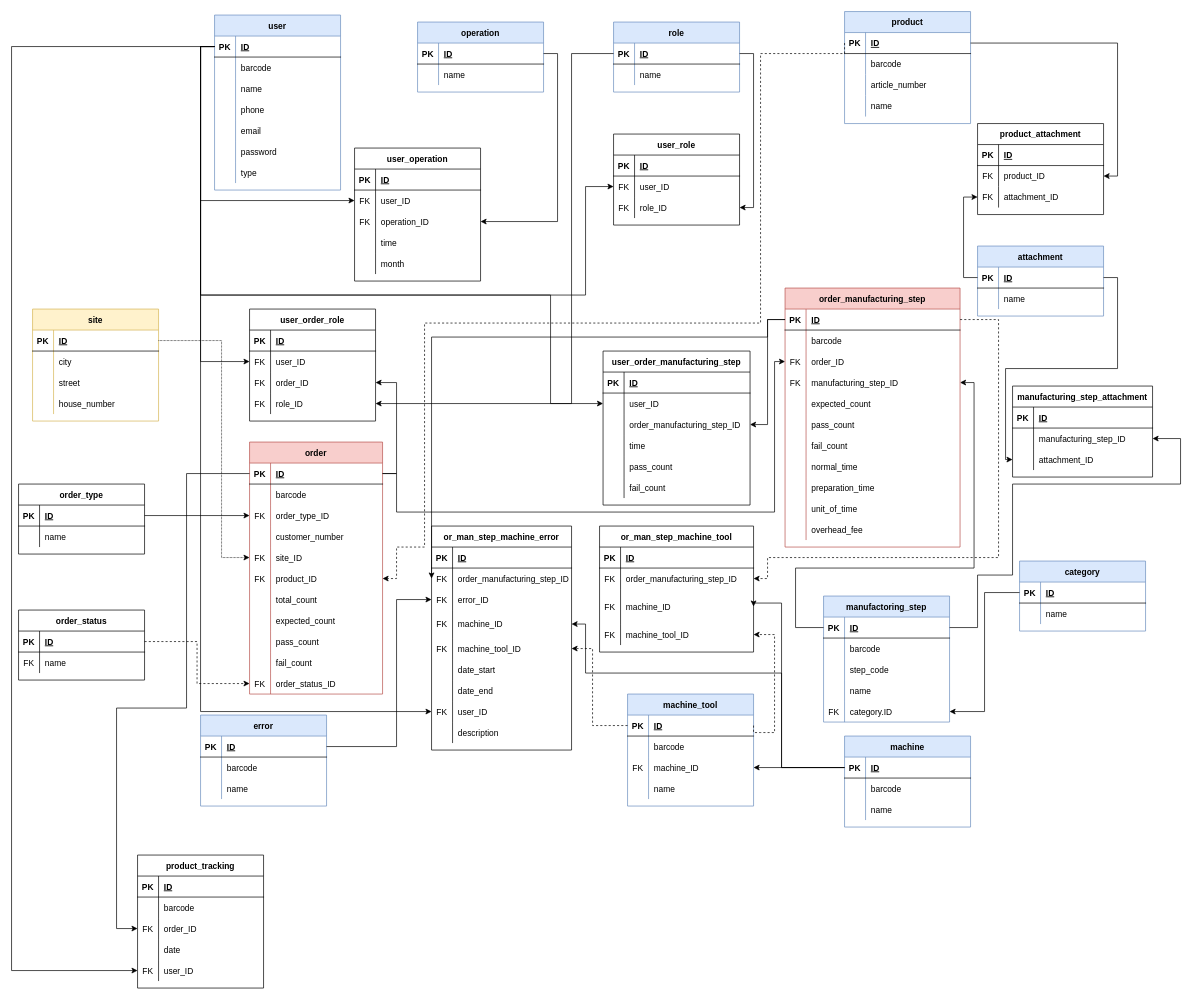
This is DOC/diagrams/database_plan_2_0_0.drawio from KerteszZoltan/mesterminal, a draw.io file, before an edit. Source tidied: cells renumbered, new cells numbered last; positions are measured from the earlier drawing's top-left corner, leaving out a move shared by most shapes. Both pictures are drawn from the tidied source at 70%, with x=0, y=0 at pixel (11, 11).
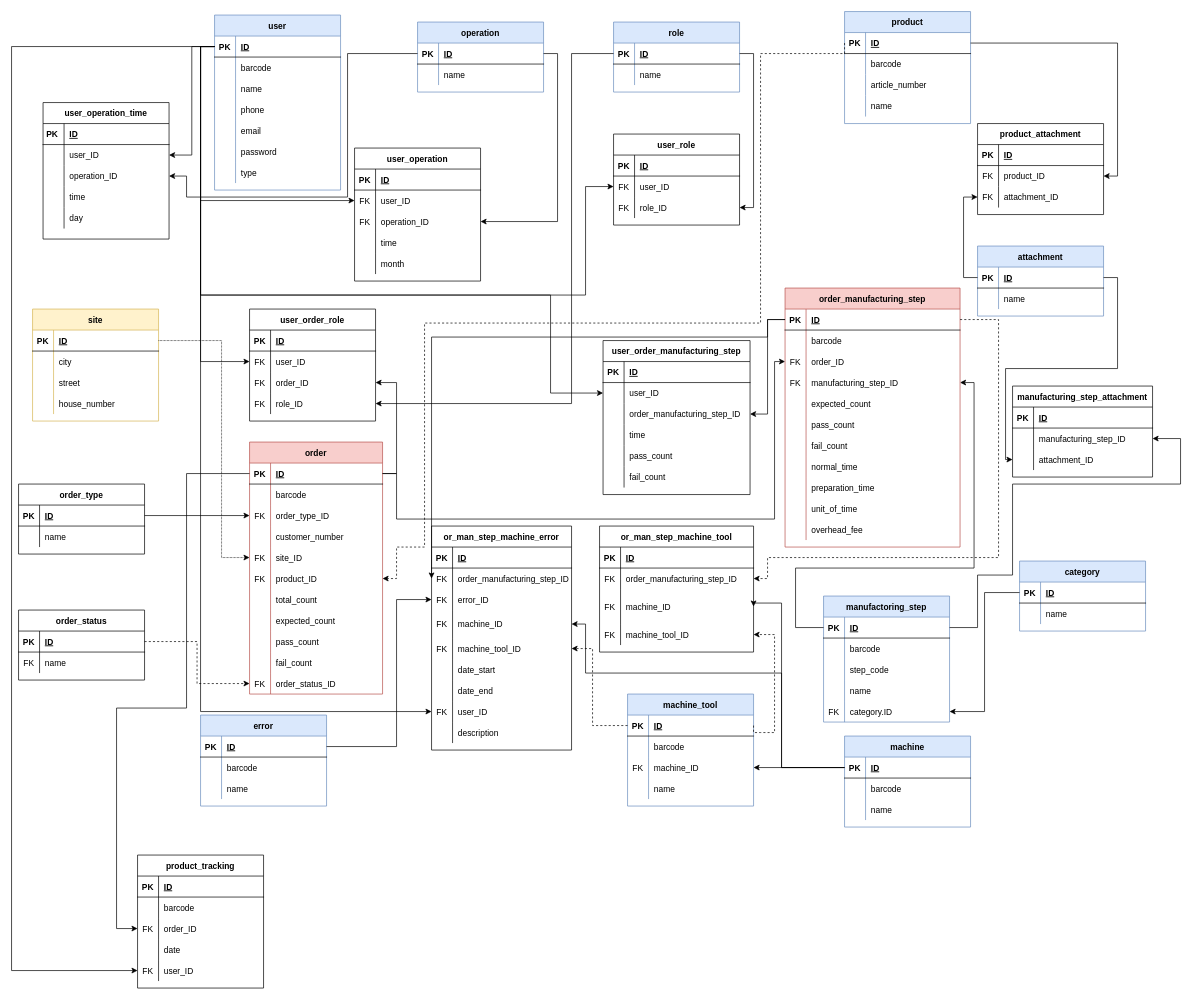
The same page after the edit.

Commit message:
added user_operation_time table, because need daily statistic

Unchanged cells that the change refers to:
```xml
<mxCell id="3" style="shape=partialRectangle;fillColor=none;top=0;left=0;bottom=1;right=0;points=[[0,0.5],[1,0.5]];portConstraint=eastwest;" parent="2" vertex="1">
  <mxGeometry y="30" width="180" height="30" as="geometry" />
</mxCell>
<mxCell id="25" style="shape=partialRectangle;fillColor=none;top=0;left=0;bottom=1;right=0;points=[[0,0.5],[1,0.5]];portConstraint=eastwest;" parent="24" vertex="1">
  <mxGeometry y="30" width="180" height="30" as="geometry" />
</mxCell>
<mxCell id="69" style="shape=partialRectangle;fillColor=none;top=0;left=0;bottom=1;right=0;points=[[0,0.5],[1,0.5]];portConstraint=eastwest;" parent="68" vertex="1">
  <mxGeometry y="30" width="190" height="30" as="geometry" />
</mxCell>
<mxCell id="262" style="shape=partialRectangle;fillColor=none;top=0;left=0;bottom=0;right=0;points=[[0,0.5],[1,0.5]];portConstraint=eastwest;" parent="255" vertex="1">
  <mxGeometry y="90" width="250" height="30" as="geometry" />
</mxCell>
<mxCell id="325" style="shape=partialRectangle;fillColor=none;top=0;left=0;bottom=0;right=0;points=[[0,0.5],[1,0.5]];portConstraint=eastwest;" parent="321" vertex="1">
  <mxGeometry y="60" width="210" height="30" as="geometry" />
</mxCell>
```

What changed in the source:
```diff
@@
     <mxCell id="289" style="edgeStyle=orthogonalEdgeStyle;rounded=0;jettySize=auto;html=1;exitX=1;exitY=0.5;exitDx=0;exitDy=0;entryX=0;entryY=0.5;entryDx=0;entryDy=0;" parent="1" edge="1" source="69" target="262">
       <mxGeometry relative="1" as="geometry">
         <Array as="points">
           <mxPoint x="550" y="660" />
-          <mxPoint x="550" y="715" />
-          <mxPoint x="1090" y="715" />
+          <mxPoint x="550" y="725" />
+          <mxPoint x="1090" y="725" />
           <mxPoint x="1090" y="500" />
         </Array>
       </mxGeometry>
     </mxCell>
@@
     <mxCell id="320" style="edgeStyle=orthogonalEdgeStyle;rounded=0;jettySize=auto;html=1;exitX=0;exitY=0.5;exitDx=0;exitDy=0;entryX=0;entryY=0.5;entryDx=0;entryDy=0;" parent="1" edge="1" source="3" target="325">
       <mxGeometry relative="1" as="geometry">
         <Array as="points">
           <mxPoint x="270" y="50" />
           <mxPoint x="270" y="405" />
           <mxPoint x="770" y="405" />
-          <mxPoint x="770" y="560" />
+          <mxPoint x="770" y="545" />
         </Array>
       </mxGeometry>
     </mxCell>
     <mxCell id="321" value="user_order_manufacturing_step" style="shape=table;startSize=30;childLayout=tableLayout;rowLines=0;fontStyle=1;align=center;" parent="1" vertex="1">
-      <mxGeometry x="845" y="485" width="210" height="220" as="geometry" />
+      <mxGeometry x="845" y="470" width="210" height="220" as="geometry" />
     </mxCell>
@@
+    <mxCell id="375" value="user_operation_time" style="shape=table;startSize=30;childLayout=tableLayout;rowLines=0;fontStyle=1;align=center;" parent="1" vertex="1">
+      <mxGeometry x="45" y="130" width="180" height="195" as="geometry" />
+    </mxCell>
+    <mxCell id="376" style="shape=partialRectangle;fillColor=none;top=0;left=0;bottom=1;right=0;" parent="375" vertex="1">
+      <mxGeometry y="30" width="180" height="30" as="geometry" />
+    </mxCell>
+    <mxCell id="377" value="PK " style="shape=partialRectangle;fillColor=none;top=0;left=0;bottom=0;right=0;fontStyle=1;overflow=hidden;" parent="376" vertex="1">
+      <mxGeometry width="30" height="30" as="geometry" />
+    </mxCell>
+    <mxCell id="378" value="ID" style="shape=partialRectangle;fillColor=none;top=0;left=0;bottom=0;right=0;align=left;spacingLeft=6;fontStyle=5;overflow=hidden;" parent="376" vertex="1">
+      <mxGeometry x="30" width="150" height="30" as="geometry" />
+    </mxCell>
+    <mxCell id="379" style="shape=partialRectangle;fillColor=none;top=0;left=0;bottom=0;right=0;points=[[0,0.5],[1,0.5]];portConstraint=eastwest;" parent="375" vertex="1">
+      <mxGeometry y="60" width="180" height="30" as="geometry" />
+    </mxCell>
+    <mxCell id="380" style="shape=partialRectangle;fillColor=none;top=0;left=0;bottom=0;right=0;overflow=hidden;" parent="379" vertex="1">
+      <mxGeometry width="30" height="30" as="geometry" />
+    </mxCell>
+    <mxCell id="381" value="user_ID" style="shape=partialRectangle;fillColor=none;top=0;left=0;bottom=0;right=0;align=left;spacingLeft=6;overflow=hidden;" parent="379" vertex="1">
+      <mxGeometry x="30" width="150" height="30" as="geometry" />
+    </mxCell>
+    <mxCell id="382" style="shape=partialRectangle;fillColor=none;top=0;left=0;bottom=0;right=0;points=[[0,0.5],[1,0.5]];portConstraint=eastwest;" parent="375" vertex="1">
+      <mxGeometry y="90" width="180" height="30" as="geometry" />
+    </mxCell>
+    <mxCell id="383" style="shape=partialRectangle;fillColor=none;top=0;left=0;bottom=0;right=0;overflow=hidden;" parent="382" vertex="1">
+      <mxGeometry width="30" height="30" as="geometry" />
+    </mxCell>
+    <mxCell id="384" value="operation_ID" style="shape=partialRectangle;fillColor=none;top=0;left=0;bottom=0;right=0;align=left;spacingLeft=6;overflow=hidden;" parent="382" vertex="1">
+      <mxGeometry x="30" width="150" height="30" as="geometry" />
+    </mxCell>
+    <mxCell id="385" style="shape=partialRectangle;fillColor=none;top=0;left=0;bottom=0;right=0;" parent="375" vertex="1">
+      <mxGeometry y="120" width="180" height="30" as="geometry" />
+    </mxCell>
+    <mxCell id="386" style="shape=partialRectangle;fillColor=none;top=0;left=0;bottom=0;right=0;overflow=hidden;" parent="385" vertex="1">
+      <mxGeometry width="30" height="30" as="geometry" />
+    </mxCell>
+    <mxCell id="387" value="time" style="shape=partialRectangle;fillColor=none;top=0;left=0;bottom=0;right=0;align=left;spacingLeft=6;overflow=hidden;" parent="385" vertex="1">
+      <mxGeometry x="30" width="150" height="30" as="geometry" />
+    </mxCell>
+    <mxCell id="388" style="shape=partialRectangle;fillColor=none;top=0;left=0;bottom=0;right=0;" parent="375" vertex="1">
+      <mxGeometry y="150" width="180" height="30" as="geometry" />
+    </mxCell>
+    <mxCell id="389" style="shape=partialRectangle;fillColor=none;top=0;left=0;bottom=0;right=0;overflow=hidden;" parent="388" vertex="1">
+      <mxGeometry width="30" height="30" as="geometry" />
+    </mxCell>
+    <mxCell id="390" value="day" style="shape=partialRectangle;fillColor=none;top=0;left=0;bottom=0;right=0;align=left;spacingLeft=6;overflow=hidden;" parent="388" vertex="1">
+      <mxGeometry x="30" width="150" height="30" as="geometry" />
+    </mxCell>
+    <mxCell id="391" style="edgeStyle=orthogonalEdgeStyle;rounded=0;jettySize=auto;html=1;exitX=0;exitY=0.5;exitDx=0;exitDy=0;entryX=1;entryY=0.5;entryDx=0;entryDy=0;" parent="1" edge="1" source="3" target="379">
+      <mxGeometry relative="1" as="geometry" />
+    </mxCell>
+    <mxCell id="392" style="edgeStyle=orthogonalEdgeStyle;rounded=0;jettySize=auto;html=1;exitX=0;exitY=0.5;exitDx=0;exitDy=0;entryX=1;entryY=0.5;entryDx=0;entryDy=0;" parent="1" edge="1" source="25" target="382">
+      <mxGeometry relative="1" as="geometry">
+        <Array as="points">
+          <mxPoint x="480" y="60" />
+          <mxPoint x="480" y="265" />
+          <mxPoint x="250" y="265" />
+          <mxPoint x="250" y="235" />
+        </Array>
+      </mxGeometry>
+    </mxCell>
```
